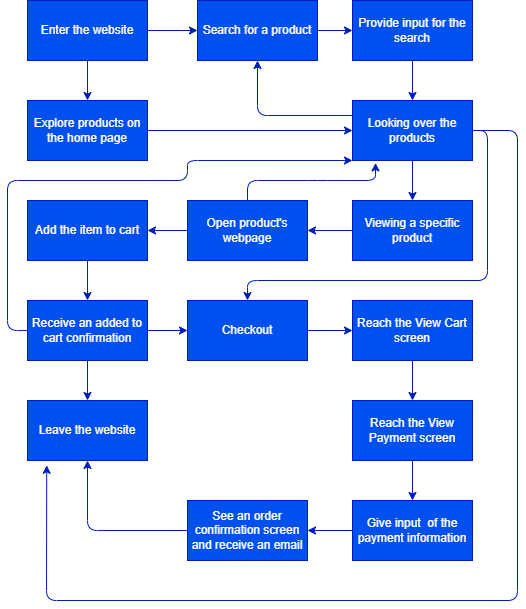
Before: explore/diagramming/diagram.drawio.png, a diagram exported from draw.io (P-Z-H/fa23-cse110-lab4). Source tidied: cells renumbered, new cells last; positions are measured from the earlier drawing's top-left corner, leaving out a move shared by most shapes.
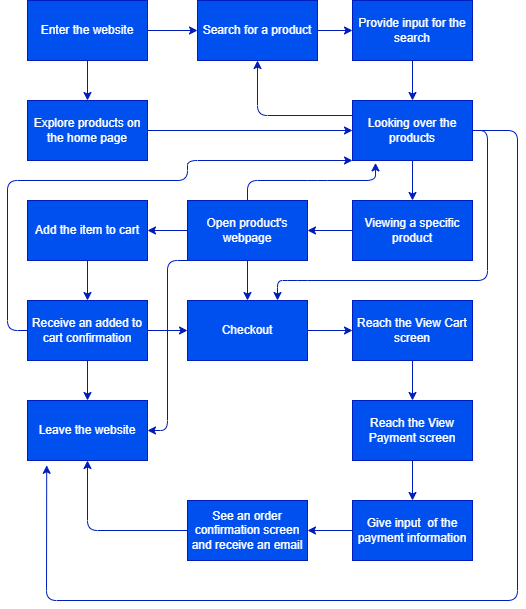
After the change.

The edit, as a diff of the source:
```diff
@@ -48,12 +48,13 @@
         </Array>
       </mxGeometry>
     </mxCell>
-    <mxCell id="14" style="edgeStyle=none;html=1;exitX=1;exitY=0.5;exitDx=0;exitDy=0;entryX=0.5;entryY=0;entryDx=0;entryDy=0;fontSize=12;fontColor=#FCFCFC;fillColor=#0050ef;strokeColor=#001DBC;" parent="1" edge="1" source="15" target="28">
+    <mxCell id="14" style="edgeStyle=none;html=1;exitX=1;exitY=0.5;exitDx=0;exitDy=0;entryX=0.75;entryY=0;entryDx=0;entryDy=0;fontSize=12;fontColor=#FCFCFC;fillColor=#0050ef;strokeColor=#001DBC;" parent="1" edge="1" source="15" target="28">
       <mxGeometry relative="1" as="geometry">
         <Array as="points">
           <mxPoint x="480" y="130" />
           <mxPoint x="480" y="280" />
-          <mxPoint x="240" y="280" />
+          <mxPoint x="290" y="280" />
+          <mxPoint x="270" y="280" />
         </Array>
       </mxGeometry>
     </mxCell>
@@ -78,6 +79,17 @@
         </Array>
       </mxGeometry>
     </mxCell>
+    <mxCell id="38" style="edgeStyle=none;html=1;exitX=0.5;exitY=1;exitDx=0;exitDy=0;entryX=0.5;entryY=0;entryDx=0;entryDy=0;fontSize=12;fontColor=#FCFCFC;fillColor=#0050ef;strokeColor=#001DBC;" parent="1" edge="1" source="20" target="28">
+      <mxGeometry relative="1" as="geometry" />
+    </mxCell>
+    <mxCell id="39" style="edgeStyle=none;html=1;exitX=0.25;exitY=1;exitDx=0;exitDy=0;entryX=1;entryY=0.5;entryDx=0;entryDy=0;fontSize=12;fontColor=#FCFCFC;fillColor=#0050ef;strokeColor=#001DBC;" parent="1" edge="1" source="20" target="29">
+      <mxGeometry relative="1" as="geometry">
+        <Array as="points">
+          <mxPoint x="160" y="260" />
+          <mxPoint x="160" y="430" />
+        </Array>
+      </mxGeometry>
+    </mxCell>
     <mxCell id="20" value="Open product's webpage" style="rounded=0;whiteSpace=wrap;html=1;fontColor=#ffffff;fillColor=#0050ef;strokeColor=#001DBC;" parent="1" vertex="1">
       <mxGeometry x="180" y="200" width="120" height="60" as="geometry" />
     </mxCell>
```
